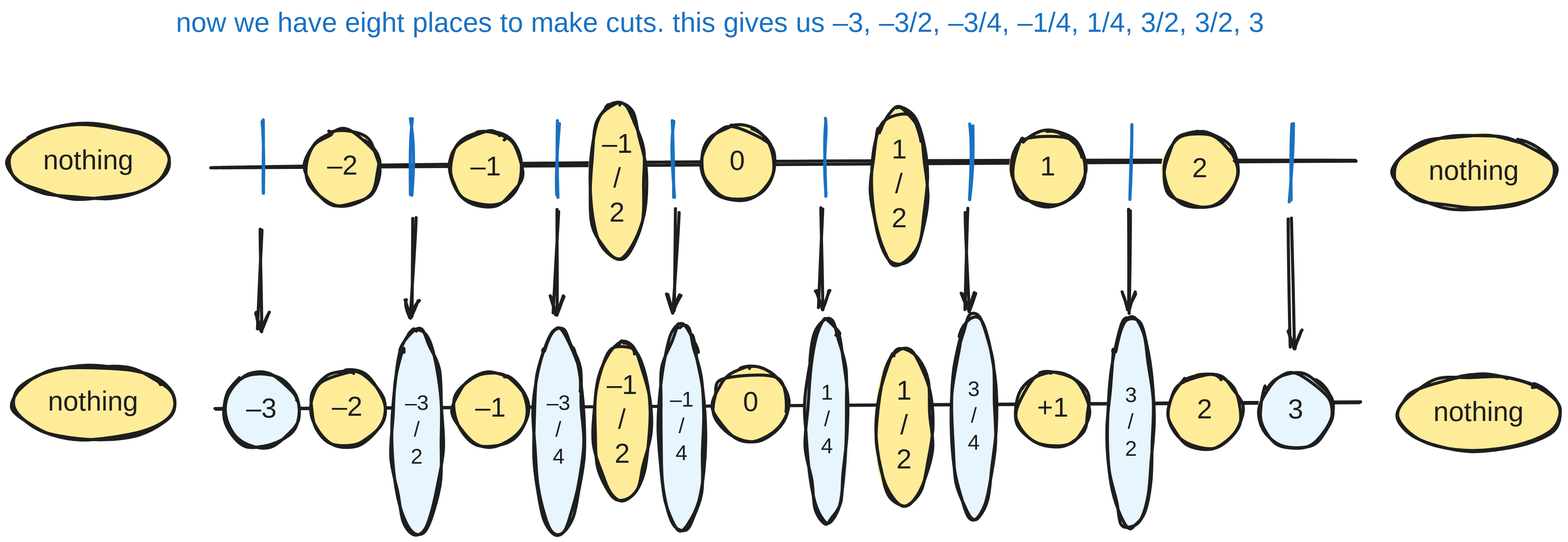
Earlier version of the Excalidraw export public/how-i-vibed-a-proof-of-conways-conjecture/step4-full.svg (gaearon/overreacted.io). Source tidied: one line per element, renumbered; positions are measured from the earlier drawing's top-left corner, leaving out a move shared by most shapes.
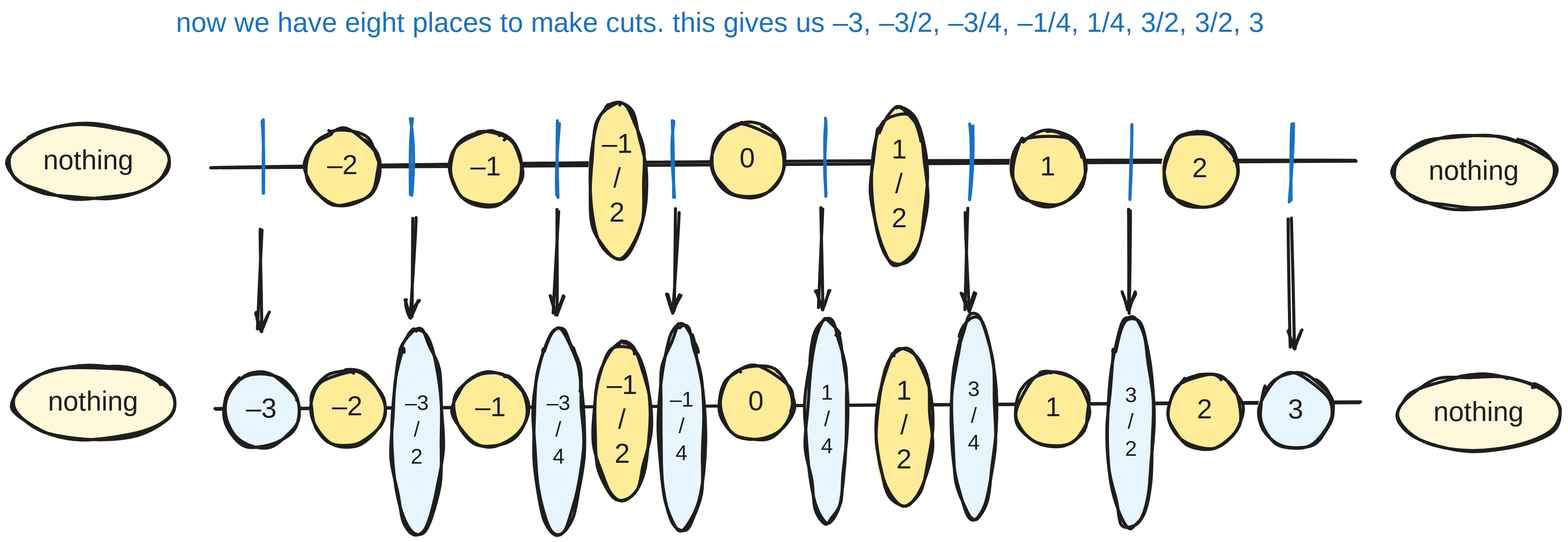
The same diagram one commit later.

The edit, as a diff of the source:
```diff
@@ -1,7 +1,7 @@
-{"id": 0, "type": "ellipse", "strokeColor": "#1e1e1e", "backgroundColor": "#ffec99", "fillStyle": "solid", "strokeWidth": 4, "roughness": 2, "x": 0, "y": 153, "width": 212, "height": 98}
+{"id": 0, "type": "ellipse", "strokeColor": "#1e1e1e", "backgroundColor": "#fff9db", "fillStyle": "solid", "strokeWidth": 4, "roughness": 2, "x": 0, "y": 153, "width": 212, "height": 98}
-{"id": 1, "type": "ellipse", "strokeColor": "#1e1e1e", "backgroundColor": "#ffec99", "fillStyle": "solid", "strokeWidth": 4, "roughness": 2, "x": 6, "y": 468, "width": 212, "height": 98}
+{"id": 1, "type": "ellipse", "strokeColor": "#1e1e1e", "backgroundColor": "#fff9db", "fillStyle": "solid", "strokeWidth": 4, "roughness": 2, "x": 6, "y": 468, "width": 212, "height": 98}
-{"id": 2, "type": "ellipse", "strokeColor": "#1e1e1e", "backgroundColor": "#ffec99", "fillStyle": "solid", "strokeWidth": 4, "roughness": 2, "x": 1813, "y": 166, "width": 212, "height": 98}
+{"id": 2, "type": "ellipse", "strokeColor": "#1e1e1e", "backgroundColor": "#fff9db", "fillStyle": "solid", "strokeWidth": 4, "roughness": 2, "x": 1813, "y": 166, "width": 212, "height": 98}
-{"id": 3, "type": "ellipse", "strokeColor": "#1e1e1e", "backgroundColor": "#ffec99", "fillStyle": "solid", "strokeWidth": 4, "roughness": 2, "x": 1819, "y": 482, "width": 212, "height": 98}
+{"id": 3, "type": "ellipse", "strokeColor": "#1e1e1e", "backgroundColor": "#fff9db", "fillStyle": "solid", "strokeWidth": 4, "roughness": 2, "x": 1819, "y": 482, "width": 212, "height": 98}
 {"id": 4, "type": "line", "strokeColor": "#1e1e1e", "backgroundColor": "#ffec99", "fillStyle": "cross-hatch", "strokeWidth": 4, "roughness": 2, "x": 265, "y": 209, "width": 1498, "height": 8, "points": [[0, 0], [1498, -8]]}
 {"id": 5, "type": "line", "strokeColor": "#1e1e1e", "backgroundColor": "#ffec99", "fillStyle": "cross-hatch", "strokeWidth": 4, "roughness": 2, "x": 272, "y": 525, "width": 1498, "height": 8, "points": [[0, 0], [1498, -8]]}
 {"id": 6, "type": "text", "text": "now we have eight places to make cuts. this gives us –3, –3/2, –3/4, –1/4, 1/4, 3/2, 3/2, 3", "strokeColor": "#1971c2", "backgroundColor": "#ffec99", "fillStyle": "cross-hatch", "strokeWidth": 4, "roughness": 2, "fontSize": 36, "fontFamily": 5, "textAlign": "center", "x": 114, "y": 0, "width": 1635, "height": 45}
@@ -18,18 +18,18 @@
 {"id": 17, "type": "line", "strokeColor": "#1971c2", "backgroundColor": "#ffec99", "fillStyle": "cross-hatch", "strokeWidth": 4, "roughness": 2, "x": 1469, "y": 152, "width": 0, "height": 99, "points": [[0, 0], [0, 99]]}
 {"id": 18, "type": "line", "strokeColor": "#1971c2", "backgroundColor": "#ffec99", "fillStyle": "cross-hatch", "strokeWidth": 4, "roughness": 2, "x": 1476, "y": 468, "width": 0, "height": 99, "points": [[0, 0], [0, 99]]}
 {"id": 19, "type": "line", "strokeColor": "#1971c2", "backgroundColor": "#ffec99", "fillStyle": "cross-hatch", "strokeWidth": 4, "roughness": 2, "x": 1679, "y": 153, "width": 0, "height": 99, "points": [[0, 0], [0, 99]]}
-{"id": 20, "type": "text", "text": "nothing", "strokeColor": "#1e1e1e", "backgroundColor": "#ffec99", "fillStyle": "cross-hatch", "strokeWidth": 4, "roughness": 2, "fontSize": 36, "fontFamily": 5, "textAlign": "center", "x": 41, "y": 180, "width": 129, "height": 45}
+{"id": 20, "type": "text", "text": "nothing", "strokeColor": "#1e1e1e", "backgroundColor": "#fff9db", "fillStyle": "cross-hatch", "strokeWidth": 4, "roughness": 2, "fontSize": 36, "fontFamily": 5, "textAlign": "center", "x": 41, "y": 180, "width": 129, "height": 45}
-{"id": 21, "type": "text", "text": "nothing", "strokeColor": "#1e1e1e", "backgroundColor": "#ffec99", "fillStyle": "cross-hatch", "strokeWidth": 4, "roughness": 2, "fontSize": 36, "fontFamily": 5, "textAlign": "center", "x": 47, "y": 496, "width": 129, "height": 45}
+{"id": 21, "type": "text", "text": "nothing", "strokeColor": "#1e1e1e", "backgroundColor": "#fff9db", "fillStyle": "cross-hatch", "strokeWidth": 4, "roughness": 2, "fontSize": 36, "fontFamily": 5, "textAlign": "center", "x": 47, "y": 496, "width": 129, "height": 45}
-{"id": 22, "type": "text", "text": "nothing", "strokeColor": "#1e1e1e", "backgroundColor": "#ffec99", "fillStyle": "cross-hatch", "strokeWidth": 4, "roughness": 2, "fontSize": 36, "fontFamily": 5, "textAlign": "center", "x": 1854, "y": 193, "width": 129, "height": 45}
+{"id": 22, "type": "text", "text": "nothing", "strokeColor": "#1e1e1e", "backgroundColor": "#fff9db", "fillStyle": "cross-hatch", "strokeWidth": 4, "roughness": 2, "fontSize": 36, "fontFamily": 5, "textAlign": "center", "x": 1854, "y": 193, "width": 129, "height": 45}
-{"id": 23, "type": "text", "text": "nothing", "strokeColor": "#1e1e1e", "backgroundColor": "#ffec99", "fillStyle": "cross-hatch", "strokeWidth": 4, "roughness": 2, "fontSize": 36, "fontFamily": 5, "textAlign": "center", "x": 1860, "y": 509, "width": 129, "height": 45}
+{"id": 23, "type": "text", "text": "nothing", "strokeColor": "#1e1e1e", "backgroundColor": "#fff9db", "fillStyle": "cross-hatch", "strokeWidth": 4, "roughness": 2, "fontSize": 36, "fontFamily": 5, "textAlign": "center", "x": 1860, "y": 509, "width": 129, "height": 45}
-{"id": 24, "type": "ellipse", "strokeColor": "#1e1e1e", "backgroundColor": "#ffec99", "fillStyle": "solid", "strokeWidth": 4, "roughness": 2, "x": 906, "y": 154, "width": 96, "height": 98}
+{"id": 24, "type": "ellipse", "strokeColor": "#1e1e1e", "backgroundColor": "#ffec99", "fillStyle": "solid", "strokeWidth": 4, "roughness": 2, "x": 920, "y": 151, "width": 96, "height": 98}
-{"id": 25, "type": "text", "text": "0", "strokeColor": "#1e1e1e", "backgroundColor": "#ffec99", "fillStyle": "solid", "strokeWidth": 4, "roughness": 2, "fontSize": 36, "fontFamily": 5, "textAlign": "center", "verticalAlign": "middle", "inside": 24, "x": 943, "y": 181, "width": 24, "height": 45}
+{"id": 25, "type": "text", "text": "0", "strokeColor": "#1e1e1e", "backgroundColor": "#ffec99", "fillStyle": "solid", "strokeWidth": 4, "roughness": 2, "fontSize": 36, "fontFamily": 5, "textAlign": "center", "verticalAlign": "middle", "inside": 24, "x": 956, "y": 177, "width": 24, "height": 45}
-{"id": 26, "type": "ellipse", "strokeColor": "#1e1e1e", "backgroundColor": "#ffec99", "fillStyle": "solid", "strokeWidth": 4, "roughness": 2, "x": 924, "y": 470, "width": 96, "height": 98}
+{"id": 76, "type": "ellipse", "strokeColor": "#1e1e1e", "backgroundColor": "#ffec99", "fillStyle": "solid", "strokeWidth": 4, "roughness": 2, "x": 931, "y": 468, "width": 96, "height": 98}
-{"id": 27, "type": "text", "text": "0", "strokeColor": "#1e1e1e", "backgroundColor": "#ffec99", "fillStyle": "solid", "strokeWidth": 4, "roughness": 2, "fontSize": 36, "fontFamily": 5, "textAlign": "center", "verticalAlign": "middle", "inside": 26, "x": 960, "y": 496, "width": 24, "height": 45}
+{"id": 27, "type": "text", "text": "0", "strokeColor": "#1e1e1e", "backgroundColor": "#ffec99", "fillStyle": "solid", "strokeWidth": 4, "roughness": 2, "fontSize": 36, "fontFamily": 5, "textAlign": "center", "verticalAlign": "middle", "inside": 76, "x": 967, "y": 495, "width": 24, "height": 45}
 {"id": 28, "type": "ellipse", "strokeColor": "#1e1e1e", "backgroundColor": "#ffec99", "fillStyle": "solid", "strokeWidth": 4, "roughness": 2, "x": 577, "y": 161, "width": 96, "height": 98}
 {"id": 29, "type": "text", "text": "–1", "strokeColor": "#1e1e1e", "backgroundColor": "#ffec99", "fillStyle": "solid", "strokeWidth": 4, "roughness": 2, "fontSize": 36, "fontFamily": 5, "textAlign": "center", "verticalAlign": "middle", "inside": 28, "x": 605, "y": 188, "width": 40, "height": 45}
 {"id": 30, "type": "ellipse", "strokeColor": "#1e1e1e", "backgroundColor": "#ffec99", "fillStyle": "solid", "strokeWidth": 4, "roughness": 2, "x": 584, "y": 477, "width": 96, "height": 98}
-{"id": 31, "type": "text", "text": "–1", "strokeColor": "#1e1e1e", "backgroundColor": "#ffec99", "fillStyle": "solid", "strokeWidth": 4, "roughness": 2, "fontSize": 36, "fontFamily": 5, "textAlign": "center", "verticalAlign": "middle", "inside": 30, "x": 612, "y": 504, "width": 40, "height": 45}
+{"id": 31, "type": "text", "text": "–1", "strokeColor": "#1e1e1e", "backgroundColor": "#ffec99", "fillStyle": "solid", "strokeWidth": 4, "roughness": 2, "fontSize": 36, "fontFamily": 5, "textAlign": "center", "verticalAlign": "middle", "inside": 30, "x": 612, "y": 503, "width": 40, "height": 45}
 {"id": 32, "type": "ellipse", "strokeColor": "#1e1e1e", "backgroundColor": "#ffec99", "fillStyle": "solid", "strokeWidth": 4, "roughness": 2, "x": 761, "y": 124, "width": 73, "height": 205}
 {"id": 33, "type": "text", "text": "–1\n/\n2", "strokeColor": "#1e1e1e", "backgroundColor": "#ffec99", "fillStyle": "solid", "strokeWidth": 4, "roughness": 2, "fontSize": 36, "fontFamily": 5, "textAlign": "center", "verticalAlign": "middle", "inside": 32, "x": 778, "y": 159, "width": 40, "height": 135}
 {"id": 34, "type": "ellipse", "strokeColor": "#1e1e1e", "backgroundColor": "#ffec99", "fillStyle": "solid", "strokeWidth": 4, "roughness": 2, "x": 767, "y": 439, "width": 73, "height": 205}
@@ -51,7 +51,7 @@
 {"id": 50, "type": "ellipse", "strokeColor": "#1e1e1e", "backgroundColor": "#ffec99", "fillStyle": "solid", "strokeWidth": 4, "roughness": 2, "x": 1136, "y": 446, "width": 73, "height": 205}
 {"id": 51, "type": "text", "text": "1\n/\n2", "strokeColor": "#1e1e1e", "backgroundColor": "#ffec99", "fillStyle": "solid", "strokeWidth": 4, "roughness": 2, "fontSize": 36, "fontFamily": 5, "textAlign": "center", "verticalAlign": "middle", "inside": 50, "x": 1160, "y": 482, "width": 25, "height": 135}
 {"id": 52, "type": "ellipse", "strokeColor": "#1e1e1e", "backgroundColor": "#ffec99", "fillStyle": "solid", "strokeWidth": 4, "roughness": 2, "x": 390, "y": 160, "width": 96, "height": 98}
-{"id": 53, "type": "text", "text": "–2", "strokeColor": "#1e1e1e", "backgroundColor": "#ffec99", "fillStyle": "solid", "strokeWidth": 4, "roughness": 2, "fontSize": 36, "fontFamily": 5, "textAlign": "center", "verticalAlign": "middle", "inside": 52, "x": 412, "y": 187, "width": 50, "height": 45}
+{"id": 53, "type": "text", "text": "–2", "strokeColor": "#1e1e1e", "backgroundColor": "#ffec99", "fillStyle": "solid", "strokeWidth": 4, "roughness": 2, "fontSize": 36, "fontFamily": 5, "textAlign": "center", "verticalAlign": "middle", "inside": 52, "x": 412, "y": 186, "width": 50, "height": 45}
 {"id": 54, "type": "ellipse", "strokeColor": "#1e1e1e", "backgroundColor": "#ffec99", "fillStyle": "solid", "strokeWidth": 4, "roughness": 2, "x": 396, "y": 476, "width": 96, "height": 98}
 {"id": 55, "type": "text", "text": "–2", "strokeColor": "#1e1e1e", "backgroundColor": "#ffec99", "fillStyle": "solid", "strokeWidth": 4, "roughness": 2, "fontSize": 36, "fontFamily": 5, "textAlign": "center", "verticalAlign": "middle", "inside": 54, "x": 419, "y": 502, "width": 50, "height": 45}
 {"id": 56, "type": "ellipse", "strokeColor": "#1e1e1e", "backgroundColor": "#e7f5ff", "fillStyle": "solid", "strokeWidth": 4, "roughness": 2, "x": 284, "y": 478, "width": 96, "height": 98}
@@ -59,7 +59,7 @@
 {"id": 58, "type": "ellipse", "strokeColor": "#1e1e1e", "backgroundColor": "#ffec99", "fillStyle": "solid", "strokeWidth": 4, "roughness": 2, "x": 1313, "y": 161, "width": 96, "height": 98}
 {"id": 59, "type": "text", "text": "1", "strokeColor": "#1e1e1e", "backgroundColor": "#ffec99", "fillStyle": "solid", "strokeWidth": 4, "roughness": 2, "fontSize": 36, "fontFamily": 5, "textAlign": "center", "verticalAlign": "middle", "inside": 58, "x": 1353, "y": 188, "width": 15, "height": 45}
 {"id": 60, "type": "ellipse", "strokeColor": "#1e1e1e", "backgroundColor": "#ffec99", "fillStyle": "solid", "strokeWidth": 4, "roughness": 2, "x": 1319, "y": 477, "width": 96, "height": 98}
-{"id": 61, "type": "text", "text": "+1", "strokeColor": "#1e1e1e", "backgroundColor": "#ffec99", "fillStyle": "solid", "strokeWidth": 4, "roughness": 2, "fontSize": 36, "fontFamily": 5, "textAlign": "center", "verticalAlign": "middle", "inside": 60, "x": 1350, "y": 504, "width": 34, "height": 45}
+{"id": 61, "type": "text", "text": "1", "strokeColor": "#1e1e1e", "backgroundColor": "#ffec99", "fillStyle": "solid", "strokeWidth": 4, "roughness": 2, "fontSize": 36, "fontFamily": 5, "textAlign": "center", "verticalAlign": "middle", "inside": 60, "x": 1360, "y": 503, "width": 15, "height": 45}
 {"id": 62, "type": "ellipse", "strokeColor": "#1e1e1e", "backgroundColor": "#ffec99", "fillStyle": "solid", "strokeWidth": 4, "roughness": 2, "x": 1511, "y": 164, "width": 96, "height": 98}
 {"id": 63, "type": "text", "text": "2", "strokeColor": "#1e1e1e", "backgroundColor": "#ffec99", "fillStyle": "solid", "strokeWidth": 4, "roughness": 2, "fontSize": 36, "fontFamily": 5, "textAlign": "center", "verticalAlign": "middle", "inside": 62, "x": 1547, "y": 190, "width": 25, "height": 45}
 {"id": 64, "type": "ellipse", "strokeColor": "#1e1e1e", "backgroundColor": "#ffec99", "fillStyle": "solid", "strokeWidth": 4, "roughness": 2, "x": 1518, "y": 479, "width": 96, "height": 98}
```
